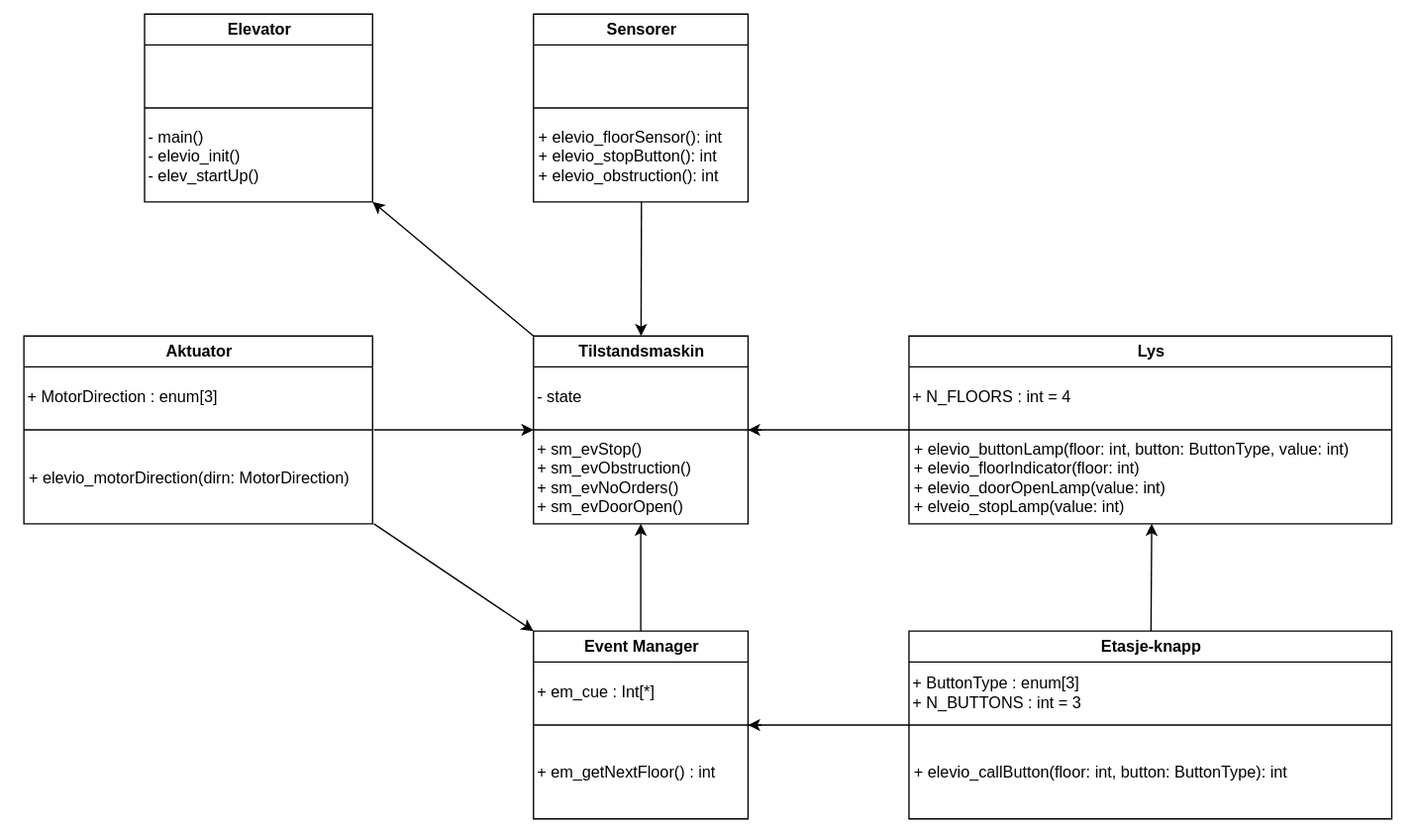
Before: Heislab/TTK4235_Heislab/Diagram/Klassediagram Arkitektur.svg, a diagram exported from draw.io (Smevold/TTK4235). Source tidied: cells renumbered, new cells last; positions are measured from the earlier drawing's top-left corner, leaving out a move shared by most shapes.
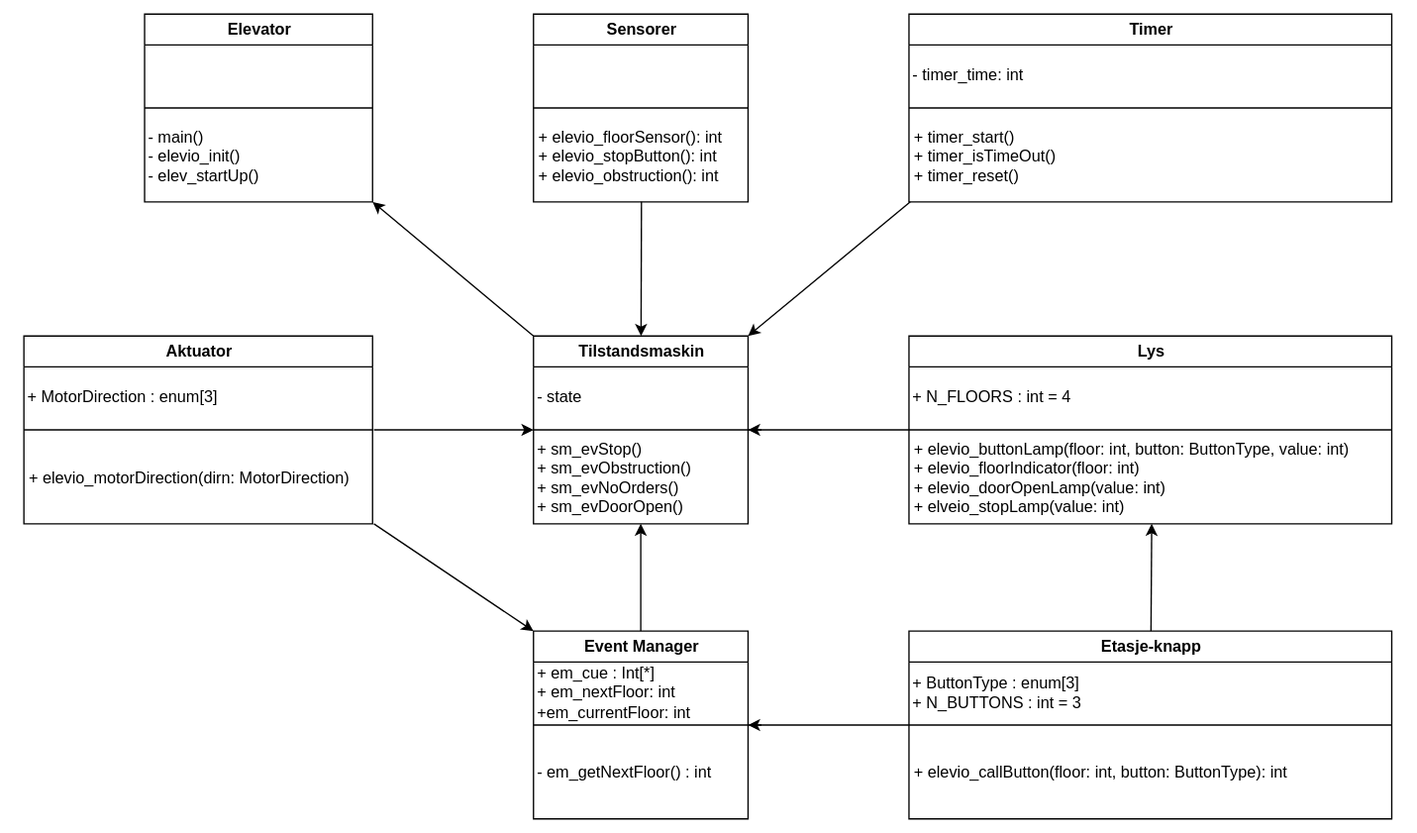
The same diagram one commit later.

Commit message:
Oppdaterte klassediagran arkitektur

Diff of the diagram source:
```diff
@@ -32,10 +32,10 @@
         <mxPoint x="170" y="70" as="targetPoint" />
       </mxGeometry>
     </mxCell>
-    <mxCell id="11" value="+ em_cue : Int[*]" style="text;html=1;strokeColor=none;fillColor=none;align=left;verticalAlign=middle;whiteSpace=wrap;rounded=0;" parent="9" vertex="1">
+    <mxCell id="11" value="+ em_cue : Int[*]&lt;br&gt;+ em_nextFloor: int&lt;br&gt;+em_currentFloor: int" style="text;html=1;strokeColor=none;fillColor=none;align=left;verticalAlign=middle;whiteSpace=wrap;rounded=0;" parent="9" vertex="1">
       <mxGeometry y="20" width="160" height="50" as="geometry" />
     </mxCell>
-    <mxCell id="12" value="+ em_getNextFloor() : int" style="text;html=1;strokeColor=none;fillColor=none;align=left;verticalAlign=middle;whiteSpace=wrap;rounded=0;" parent="9" vertex="1">
+    <mxCell id="12" value="- em_getNextFloor() : int" style="text;html=1;strokeColor=none;fillColor=none;align=left;verticalAlign=middle;whiteSpace=wrap;rounded=0;" parent="9" vertex="1">
       <mxGeometry y="70" width="160" height="70" as="geometry" />
     </mxCell>
     <mxCell id="13" style="edgeStyle=none;html=1;entryX=0;entryY=0;entryDx=0;entryDy=0;exitX=1;exitY=0;exitDx=0;exitDy=0;" parent="1" edge="1" source="23" target="17">
@@ -115,5 +115,20 @@
     <mxCell id="35" style="edgeStyle=none;html=1;exitX=1;exitY=1;exitDx=0;exitDy=0;entryX=0;entryY=0;entryDx=0;entryDy=0;" parent="1" edge="1" source="23" target="9">
       <mxGeometry relative="1" as="geometry" />
     </mxCell>
+    <mxCell id="36" value="Timer" style="swimlane;whiteSpace=wrap;html=1;" parent="1" vertex="1">
+      <mxGeometry x="660" width="360" height="140" as="geometry" />
+    </mxCell>
+    <mxCell id="37" value="+ timer_start()&lt;br&gt;+ timer_isTimeOut()&lt;br&gt;+ timer_reset()" style="text;html=1;strokeColor=none;fillColor=none;align=left;verticalAlign=middle;whiteSpace=wrap;rounded=0;" parent="36" vertex="1">
+      <mxGeometry x="1" y="70" width="360" height="70" as="geometry" />
+    </mxCell>
+    <mxCell id="38" value="- timer_time: int" style="text;html=1;strokeColor=none;fillColor=none;align=left;verticalAlign=middle;whiteSpace=wrap;rounded=0;" parent="36" vertex="1">
+      <mxGeometry y="20" width="360" height="50" as="geometry" />
+    </mxCell>
+    <mxCell id="39" style="endArrow=none;html=1;exitX=0;exitY=0.5;exitDx=0;exitDy=0;entryX=1;entryY=0.5;entryDx=0;entryDy=0;" parent="1" edge="1" source="36" target="36">
+      <mxGeometry relative="1" as="geometry" />
+    </mxCell>
+    <mxCell id="40" style="edgeStyle=none;html=1;exitX=0;exitY=1;exitDx=0;exitDy=0;entryX=1;entryY=0;entryDx=0;entryDy=0;" parent="1" edge="1" source="37" target="14">
+      <mxGeometry relative="1" as="geometry" />
+    </mxCell>
   </root>
 </mxGraphModel>
```
